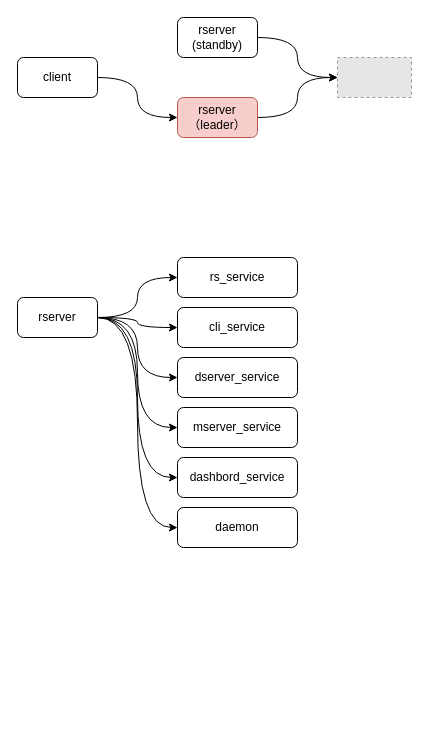
Earlier version of the draw.io diagram page "rserver" (2 of 4) of mind/bstore.drawio (EarthWind/deeparch). Source tidied: cells renumbered, new cells numbered last; positions are measured from the earlier drawing's top-left corner, leaving out a move shared by most shapes. Both pictures are drawn from the tidied source at 100%, with x=0, y=0 at pixel (17, 17). Pictures stored in the file or linked from it are replaced by grey dashed boxes.
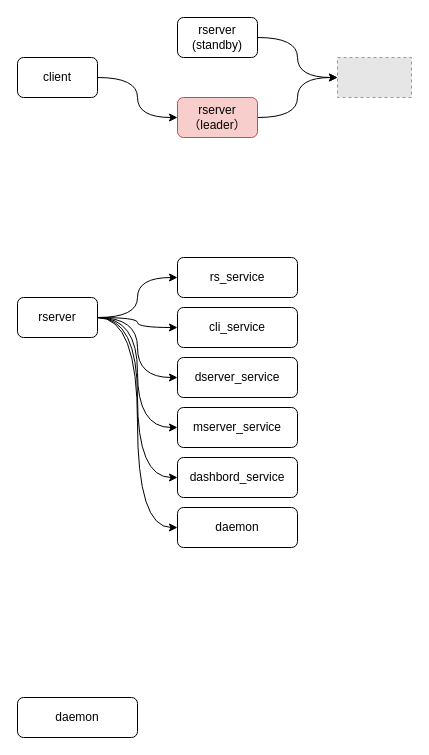
Above is the later version.

What changed in the source:
```diff
@@
+    <mxCell id="22" value="daemon" style="rounded=1;whiteSpace=wrap;html=1;" parent="1" vertex="1">
+      <mxGeometry y="680" width="120" height="40" as="geometry" />
+    </mxCell>
```
